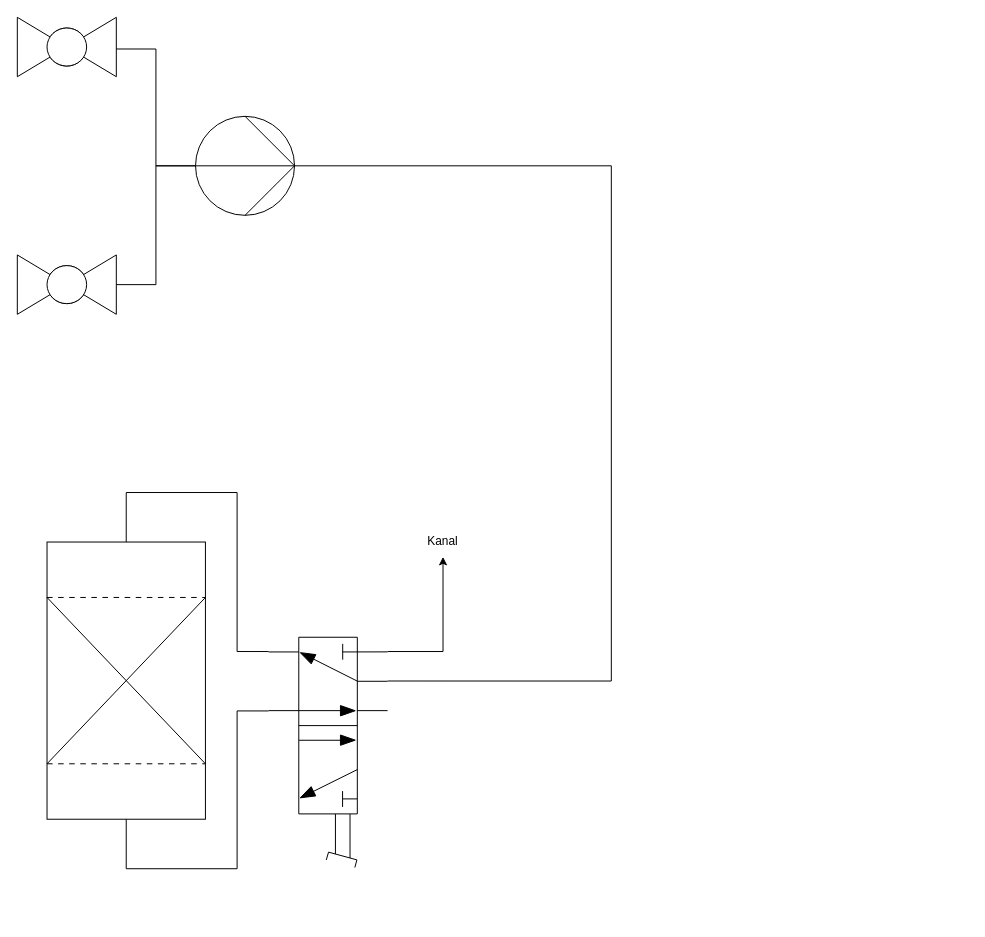
Above: Pool_V1.drawio in 100prznt/DrawIo (draw.io), before the change. Source tidied: cells renumbered, new cells numbered last; positions are measured from the earlier drawing's top-left corner, leaving out a move shared by most shapes. Both pictures are drawn from the tidied source at 99%, with x=0, y=0 at pixel (17, 17).
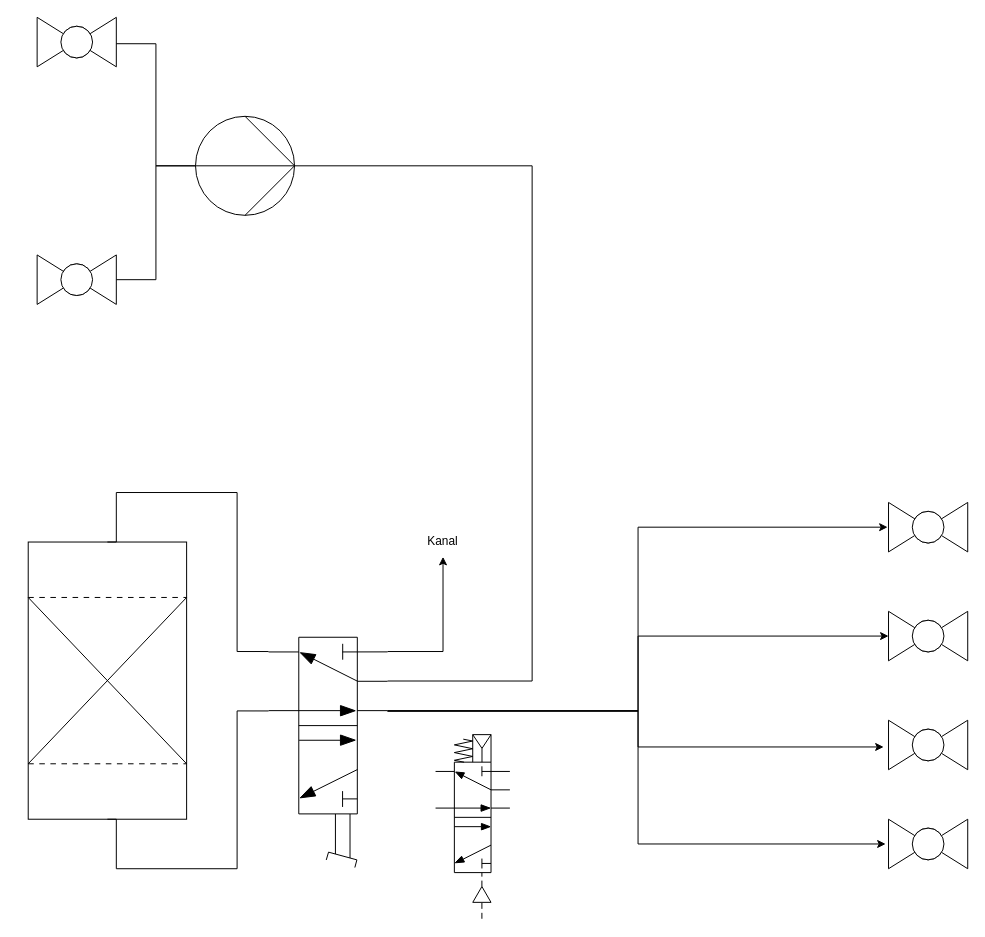
Above is the later version.

Unchanged cells that the change refers to:
```xml
<mxCell id="2" style="shape=mxgraph.pid.pumps_-_iso.pump_(centrifugal);html=1;align=center;verticalLabelPosition=bottom;verticalAlign=top;dashed=0;" parent="1" vertex="1">
  <mxGeometry x="180" y="100" width="100" height="100" as="geometry" />
</mxCell>
<mxCell id="9" style="verticalLabelPosition=bottom;html=1;verticalAlign=top;fillColor=strokeColor;align=center;outlineConnect=0;shape=mxgraph.fluid_power.x10400;points=[[0.68,0,0],[0.68,1,0],[0.938,0,0],[0.938,1,0],[0.81,1,0],[0.3,0.25,0],[0.425,0.75,0],[0.553,0.25,0],[0.553,0.75,0],[0.3,0.75,0]];rotation=-90;" parent="1" vertex="1">
  <mxGeometry x="197.6" y="682.4" width="232.6" height="120.2" as="geometry" />
</mxCell>
```

What changed in the source:
```diff
@@
     <mxCell id="3" style="verticalLabelPosition=bottom;align=center;html=1;verticalAlign=top;dashed=0;shape=mxgraph.pid2valves.valve;valveType=ball;" parent="1" vertex="1">
-      <mxGeometry width="100" height="60" as="geometry" />
+      <mxGeometry x="20" width="80" height="50" as="geometry" />
     </mxCell>
     <mxCell id="4" style="verticalLabelPosition=bottom;align=center;html=1;verticalAlign=top;dashed=0;shape=mxgraph.pid2valves.valve;valveType=ball;" parent="1" vertex="1">
-      <mxGeometry y="240" width="100" height="60" as="geometry" />
+      <mxGeometry x="20" y="240" width="80" height="50" as="geometry" />
     </mxCell>
@@
     <mxCell id="7" style="verticalLabelPosition=bottom;align=center;dashed=0;html=1;verticalAlign=top;shape=mxgraph.pid.filters.liquid_filter_(fixed_bed);" parent="1" vertex="1">
-      <mxGeometry x="30" y="530" width="160" height="280" as="geometry" />
+      <mxGeometry x="11" y="530" width="160" height="280" as="geometry" />
     </mxCell>
@@
+    <mxCell id="14" style="edgeStyle=orthogonalEdgeStyle;rounded=0;jettySize=auto;html=1;exitX=0.68;exitY=1;exitDx=0;exitDy=0;exitPerimeter=0;" parent="1" edge="1" source="9" target="17">
+      <mxGeometry relative="1" as="geometry" />
+    </mxCell>
@@
     <mxCell id="10" style="edgeStyle=orthogonalEdgeStyle;rounded=0;jettySize=auto;html=1;exitX=0.938;exitY=0;exitDx=0;exitDy=0;exitPerimeter=0;entryX=0.5;entryY=0;entryDx=0;entryDy=0;entryPerimeter=0;endArrow=none;endFill=0;" parent="1" edge="1" source="9" target="7">
       <mxGeometry relative="1" as="geometry">
         <Array as="points">
           <mxPoint x="222" y="641" />
           <mxPoint x="222" y="480" />
-          <mxPoint x="110" y="480" />
+          <mxPoint x="100" y="480" />
+          <mxPoint x="100" y="530" />
         </Array>
       </mxGeometry>
     </mxCell>
     <mxCell id="11" style="edgeStyle=orthogonalEdgeStyle;rounded=0;jettySize=auto;html=1;exitX=0.68;exitY=0;exitDx=0;exitDy=0;exitPerimeter=0;entryX=0.5;entryY=1;entryDx=0;entryDy=0;entryPerimeter=0;endArrow=none;endFill=0;" parent="1" edge="1" source="9" target="7">
       <mxGeometry relative="1" as="geometry">
         <Array as="points">
           <mxPoint x="222" y="701" />
           <mxPoint x="222" y="860" />
-          <mxPoint x="110" y="860" />
+          <mxPoint x="100" y="860" />
+          <mxPoint x="100" y="810" />
         </Array>
       </mxGeometry>
     </mxCell>
@@
     <mxCell id="13" style="edgeStyle=orthogonalEdgeStyle;rounded=0;jettySize=auto;html=1;exitX=1;exitY=0.5;exitDx=0;exitDy=0;exitPerimeter=0;entryX=0.81;entryY=1;entryDx=0;entryDy=0;entryPerimeter=0;endArrow=none;endFill=0;" parent="1" edge="1" source="2" target="9">
       <mxGeometry relative="1" as="geometry">
         <Array as="points">
-          <mxPoint x="600" y="150" />
-          <mxPoint x="600" y="670" />
+          <mxPoint x="520" y="150" />
+          <mxPoint x="520" y="670" />
         </Array>
       </mxGeometry>
     </mxCell>
+    <mxCell id="15" style="verticalLabelPosition=bottom;align=center;html=1;verticalAlign=top;dashed=0;shape=mxgraph.pid2valves.valve;valveType=ball;" parent="1" vertex="1">
+      <mxGeometry x="880" y="490" width="80" height="50" as="geometry" />
+    </mxCell>
+    <mxCell id="16" style="verticalLabelPosition=bottom;align=center;html=1;verticalAlign=top;dashed=0;shape=mxgraph.pid2valves.valve;valveType=ball;" parent="1" vertex="1">
+      <mxGeometry x="880" y="710" width="80" height="50" as="geometry" />
+    </mxCell>
+    <mxCell id="17" style="verticalLabelPosition=bottom;align=center;html=1;verticalAlign=top;dashed=0;shape=mxgraph.pid2valves.valve;valveType=ball;" parent="1" vertex="1">
+      <mxGeometry x="880" y="600" width="80" height="50" as="geometry" />
+    </mxCell>
+    <mxCell id="18" style="edgeStyle=orthogonalEdgeStyle;rounded=0;jettySize=auto;html=1;exitX=0.68;exitY=1;exitDx=0;exitDy=0;exitPerimeter=0;entryX=-0.062;entryY=0.54;entryDx=0;entryDy=0;entryPerimeter=0;" parent="1" edge="1" source="9" target="16">
+      <mxGeometry relative="1" as="geometry" />
+    </mxCell>
+    <mxCell id="19" style="edgeStyle=orthogonalEdgeStyle;rounded=0;jettySize=auto;html=1;exitX=0.68;exitY=1;exitDx=0;exitDy=0;exitPerimeter=0;entryX=-0.012;entryY=0.5;entryDx=0;entryDy=0;entryPerimeter=0;" parent="1" edge="1" source="9" target="15">
+      <mxGeometry relative="1" as="geometry" />
+    </mxCell>
+    <mxCell id="20" style="verticalLabelPosition=bottom;align=center;html=1;verticalAlign=top;dashed=0;shape=mxgraph.pid2valves.valve;valveType=ball;" parent="1" vertex="1">
+      <mxGeometry x="880" y="810" width="80" height="50" as="geometry" />
+    </mxCell>
+    <mxCell id="21" style="edgeStyle=orthogonalEdgeStyle;rounded=0;jettySize=auto;html=1;exitX=0.68;exitY=1;exitDx=0;exitDy=0;exitPerimeter=0;entryX=-0.037;entryY=0.5;entryDx=0;entryDy=0;entryPerimeter=0;" parent="1" edge="1" source="9" target="20">
+      <mxGeometry relative="1" as="geometry" />
+    </mxCell>
+    <mxCell id="22" style="verticalLabelPosition=bottom;html=1;verticalAlign=top;fillColor=strokeColor;align=center;shape=mxgraph.fluid_power.x10460;rotation=-90;" parent="1" vertex="1">
+      <mxGeometry x="367" y="780" width="186" height="75.1" as="geometry" />
+    </mxCell>
```
